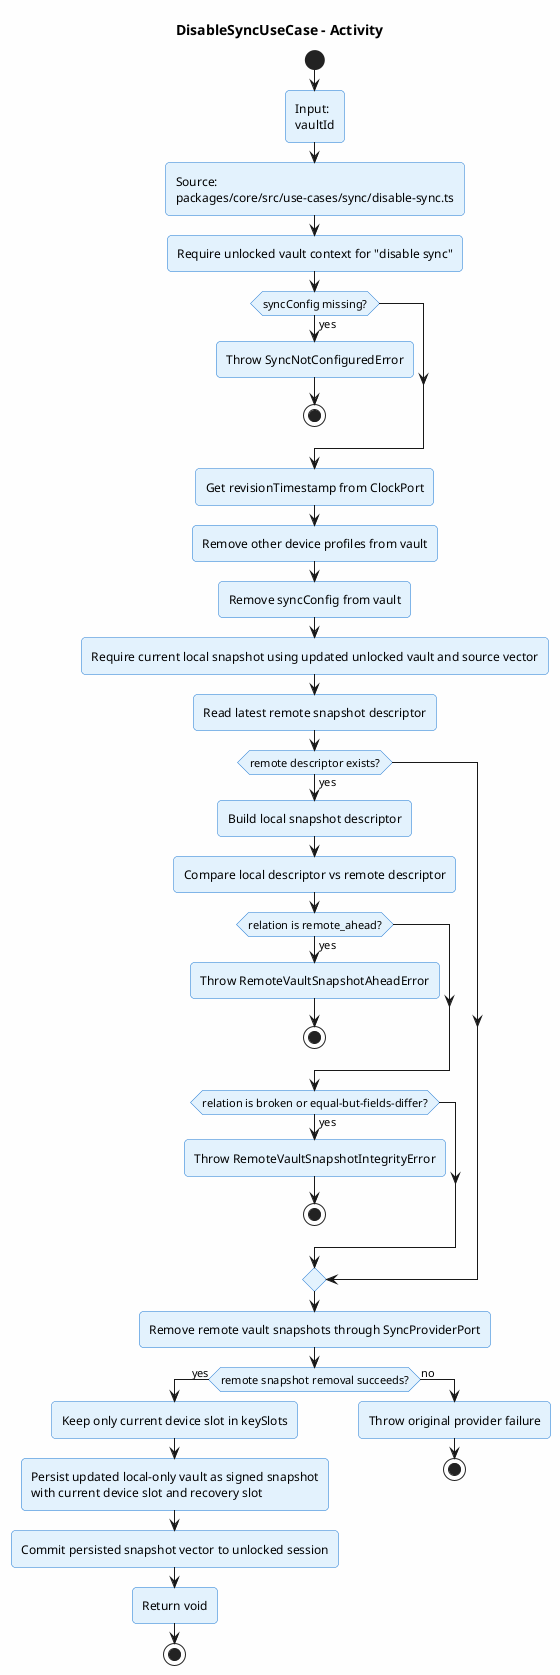
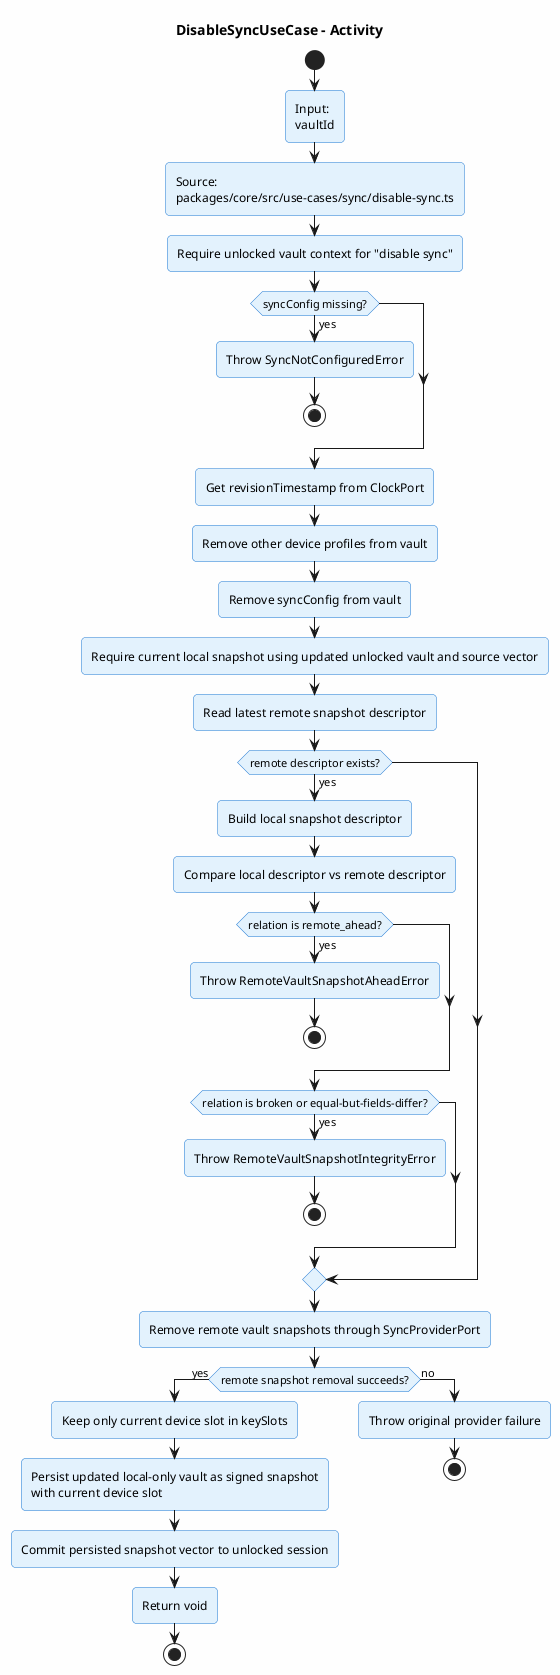
@startuml disable-sync-activity
title DisableSyncUseCase - Activity

skinparam backgroundColor #FEFEFE
skinparam roundcorner 8
skinparam shadowing false
skinparam activity {
  BackgroundColor #E3F2FD
  BorderColor #1976D2
}

start
:Input:\nvaultId;
:Source:\npackages/core/src/use-cases/sync/disable-sync.ts;
:Require unlocked vault context for "disable sync";
if (syncConfig missing?) then (yes)
  :Throw SyncNotConfiguredError;
  stop
endif

:Get revisionTimestamp from ClockPort;
:Remove other device profiles from vault;
:Remove syncConfig from vault;
:Require current local snapshot using updated unlocked vault and source vector;
:Read latest remote snapshot descriptor;
if (remote descriptor exists?) then (yes)
  :Build local snapshot descriptor;
  :Compare local descriptor vs remote descriptor;
  if (relation is remote_ahead?) then (yes)
    :Throw RemoteVaultSnapshotAheadError;
    stop
  endif
  if (relation is broken or equal-but-fields-differ?) then (yes)
    :Throw RemoteVaultSnapshotIntegrityError;
    stop
  endif
endif

:Remove remote vault snapshots through SyncProviderPort;
if (remote snapshot removal succeeds?) then (yes)
  :Keep only current device slot in keySlots;
-   :Persist updated local-only vault as signed snapshot\nwith current device slot and recovery slot;
+   :Persist updated local-only vault as signed snapshot\nwith current device slot;
  :Commit persisted snapshot vector to unlocked session;
  :Return void;
  stop
else (no)
  :Throw original provider failure;
  stop
endif
@enduml
